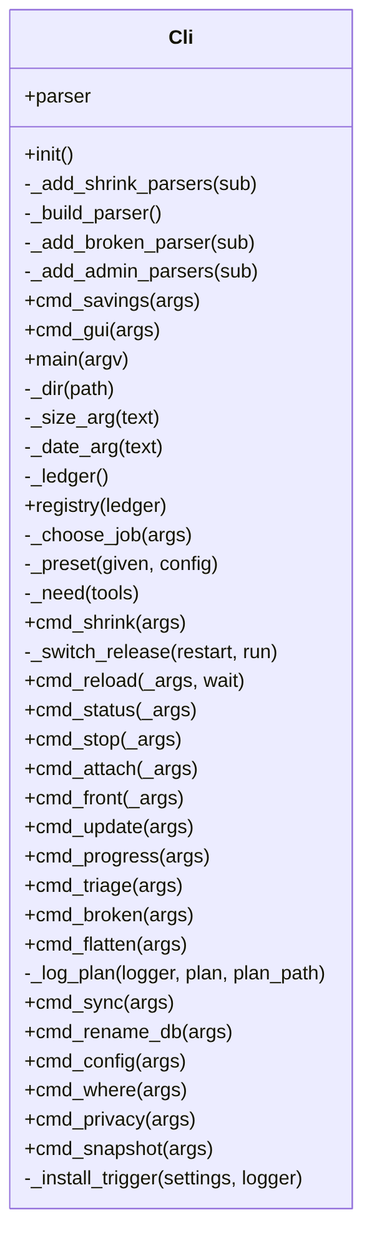
The Mermaid diagram docs/img/uml_cli.png in peddanet/mediatools, before a commit. Its source is kept beside it as docs/img/uml_cli.mmd. The source it was exported from:
```mermaid
classDiagram
  direction LR
  class Cli {
    +parser
    +init()
    -_add_shrink_parsers(sub)
    -_build_parser()
    -_add_broken_parser(sub)
    -_add_admin_parsers(sub)
    +cmd_savings(args)
    +cmd_gui(args)
    +main(argv)
    -_dir(path)
    -_size_arg(text)
    -_date_arg(text)
    -_ledger()
    +registry(ledger)
    -_choose_job(args)
    -_preset(given, config)
    -_need(tools)
    +cmd_shrink(args)
    -_switch_release(restart, run)
    +cmd_reload(_args, wait)
    +cmd_status(_args)
    +cmd_stop(_args)
    +cmd_attach(_args)
    +cmd_front(_args)
    +cmd_update(args)
    +cmd_progress(args)
    +cmd_triage(args)
    +cmd_broken(args)
    +cmd_flatten(args)
    -_log_plan(logger, plan, plan_path)
    +cmd_sync(args)
    +cmd_rename_db(args)
    +cmd_config(args)
    +cmd_where(args)
    +cmd_privacy(args)
    +cmd_snapshot(args)
    -_install_trigger(settings, logger)
  }
```
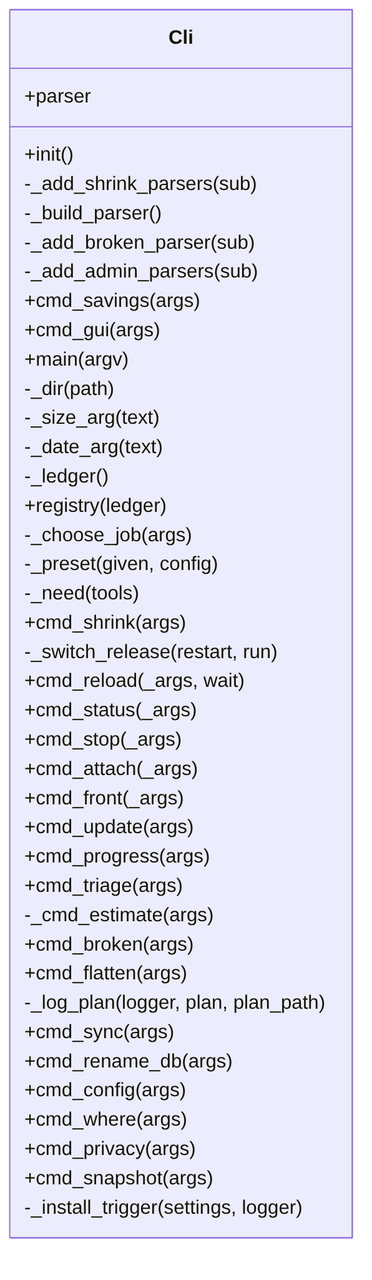
The same file after the commit.

Diff of the diagram source:
```diff
@@ -28,6 +28,7 @@
     +cmd_update(args)
     +cmd_progress(args)
     +cmd_triage(args)
+    -_cmd_estimate(args)
     +cmd_broken(args)
     +cmd_flatten(args)
     -_log_plan(logger, plan, plan_path)
```
